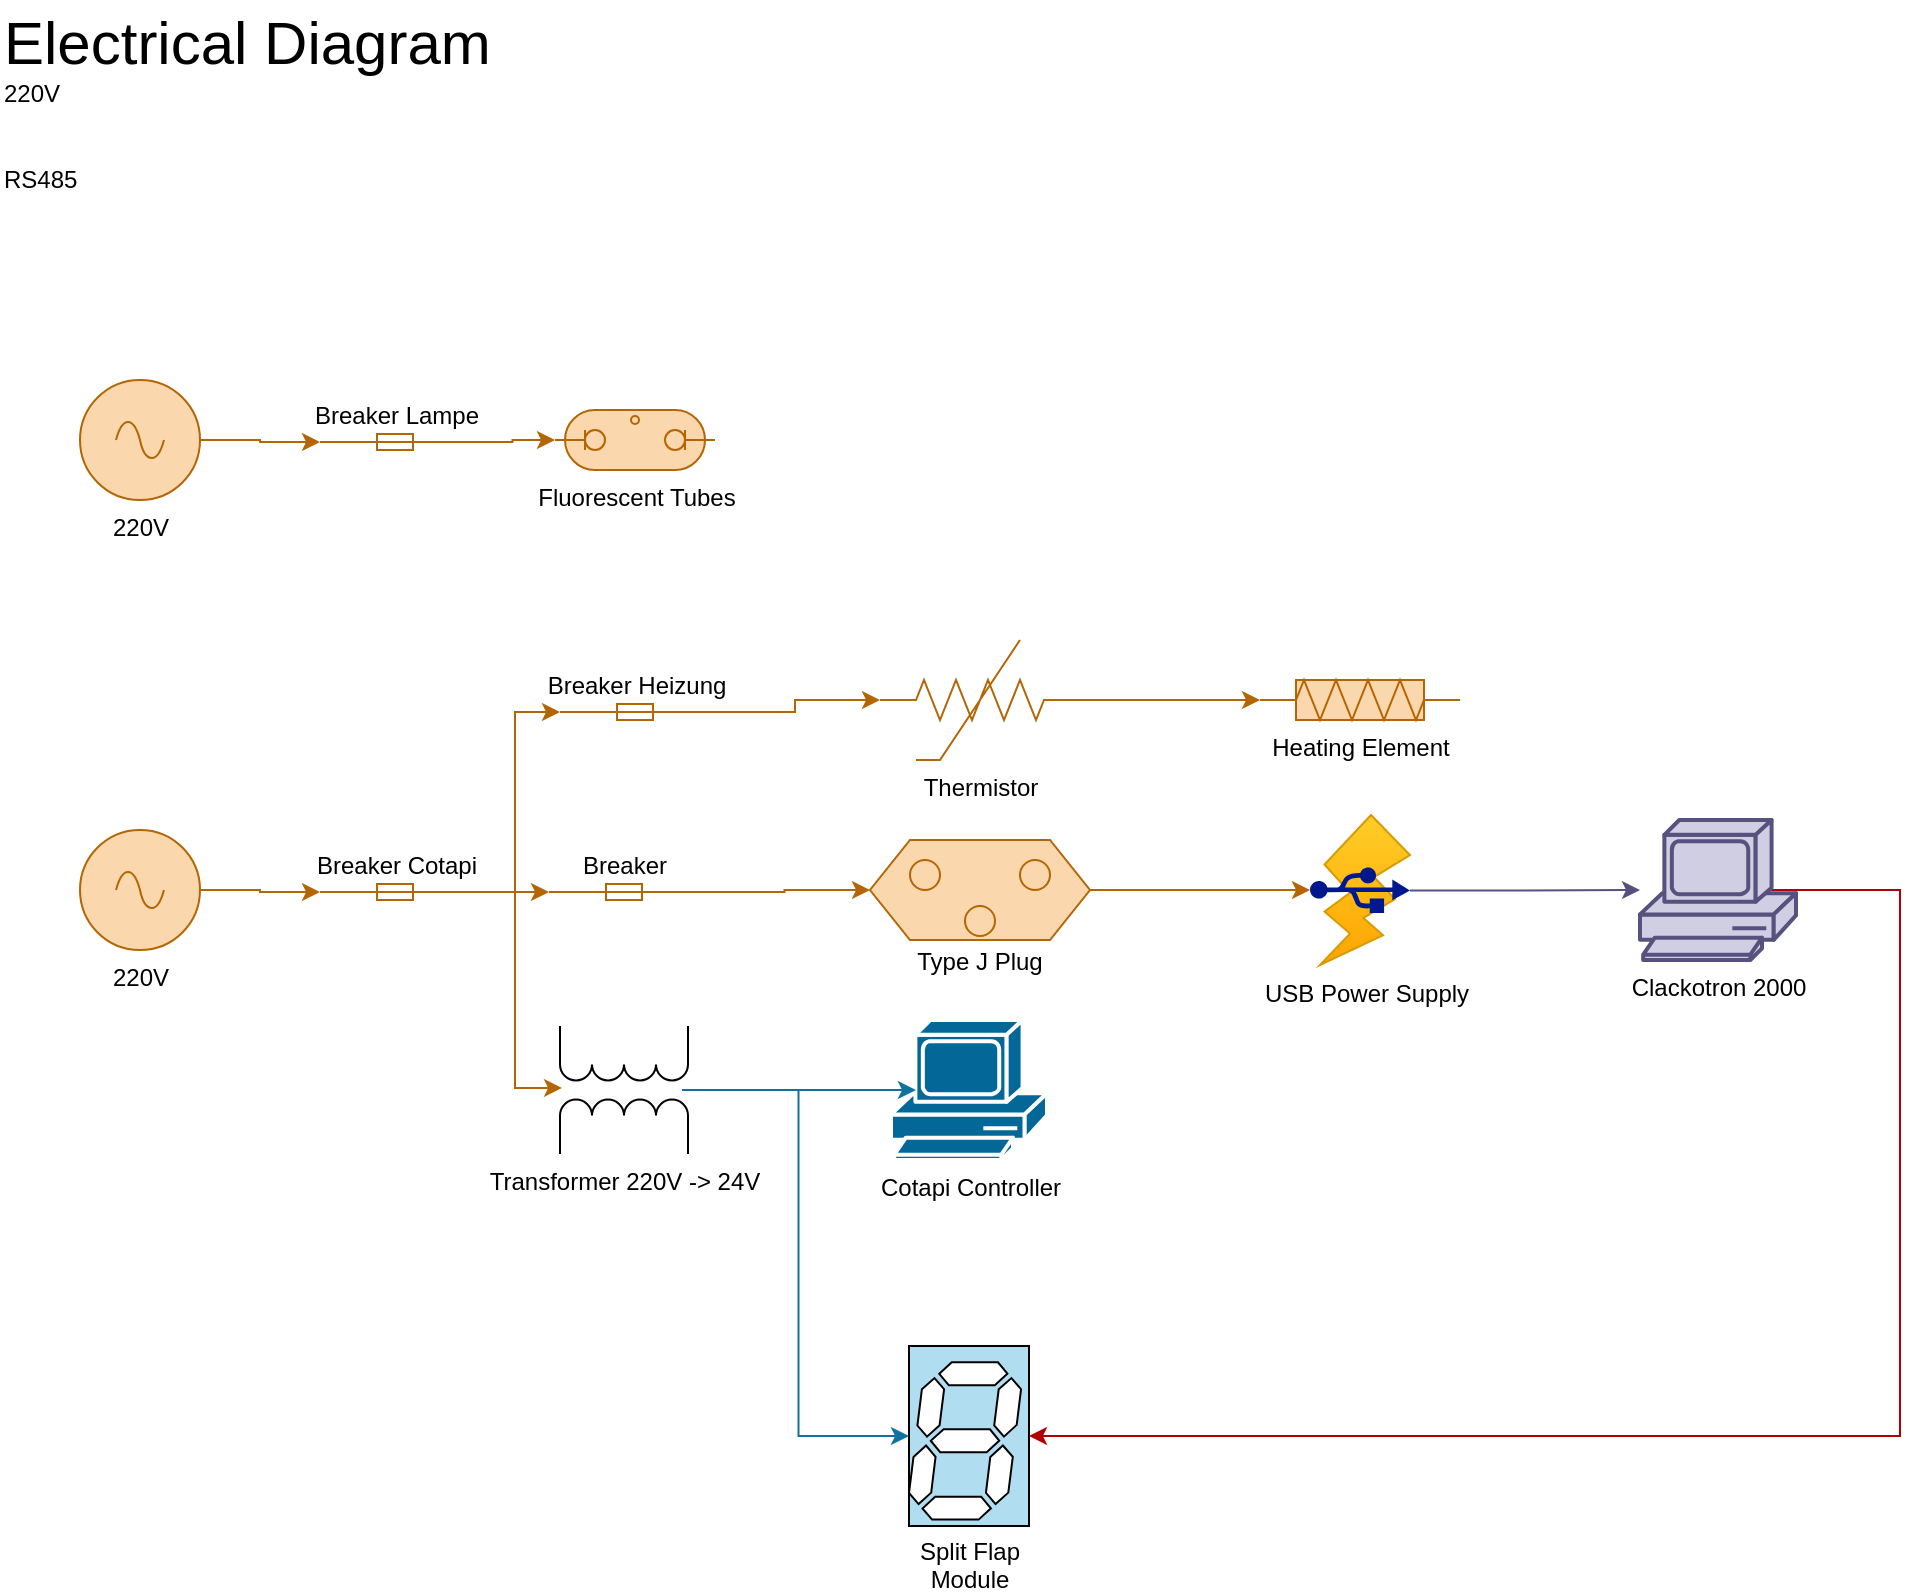
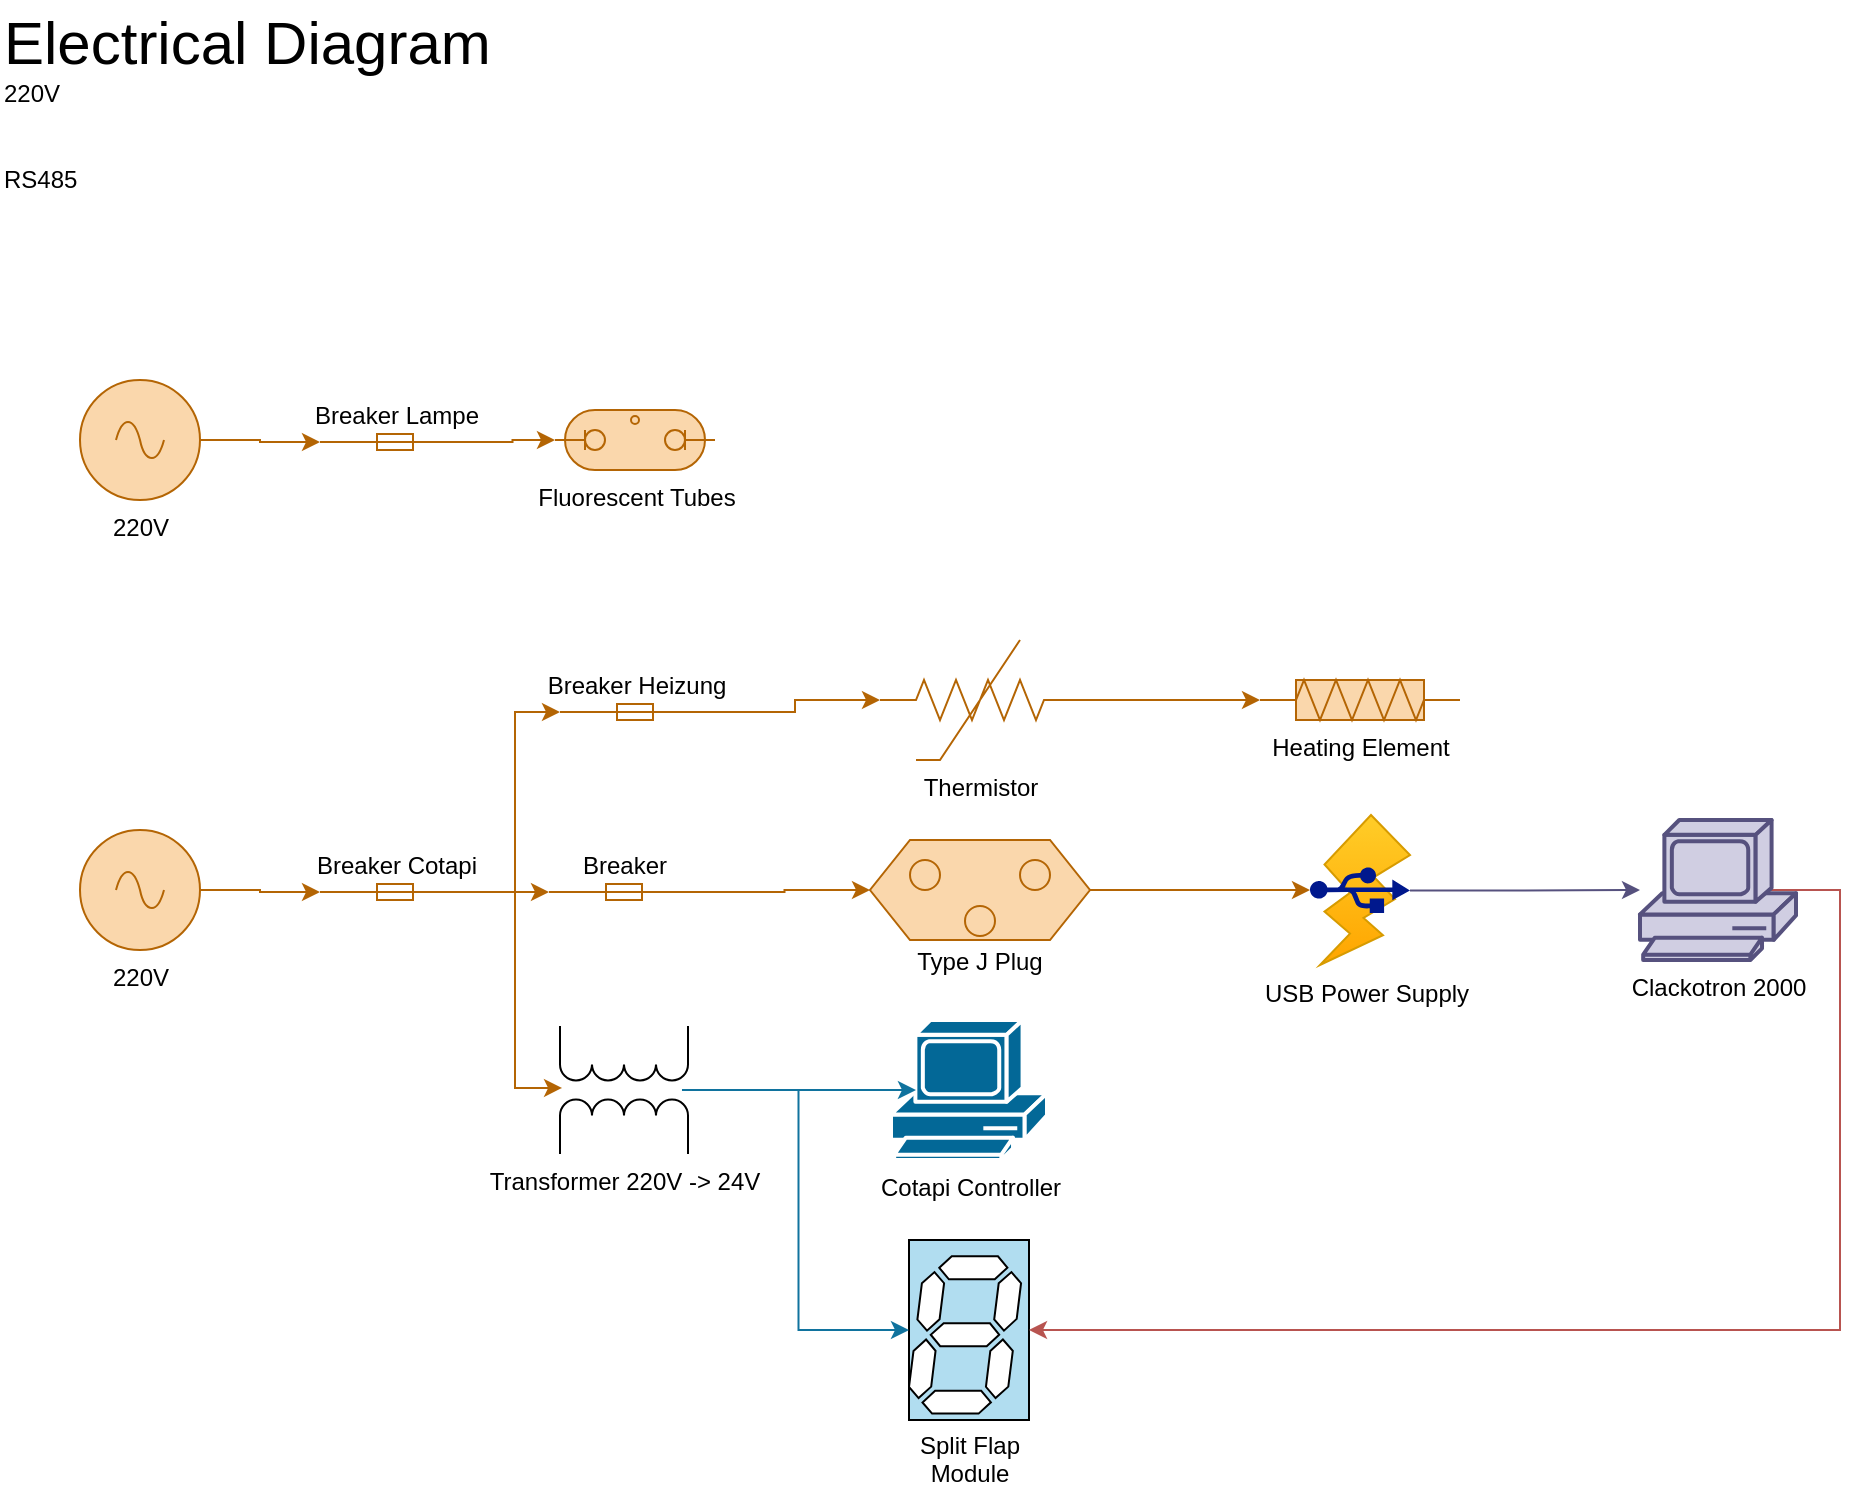
<mxfile host="app.diagrams.net">
  <diagram name="Page-1" id="1JTUUb5aA8h2Qu2d5Hm8">
    <mxGraphModel dx="1712" dy="953" grid="1" gridSize="10" guides="1" tooltips="1" connect="1" arrows="1" fold="1" page="1" pageScale="1" pageWidth="1169" pageHeight="827" math="0" shadow="0">
      <root>
        <mxCell id="0" />
        <mxCell id="1" parent="0" />
        <mxCell id="pjnfS4makGHeq2IKZjjl-1" parent="1" style="html=1;shape=mxgraph.electrical.electro-mechanical.fuse2;aspect=fixed;elSwitchState=on;fillColor=#fad7ac;strokeColor=#b46504;" value="&lt;div&gt;Breaker Lampe&lt;/div&gt;&lt;div&gt;&lt;br&gt;&lt;/div&gt;" vertex="1">
          <mxGeometry height="20" width="75" x="160" y="205" as="geometry" />
        </mxCell>
        <mxCell id="pjnfS4makGHeq2IKZjjl-7" edge="1" parent="1" source="pjnfS4makGHeq2IKZjjl-2" style="edgeStyle=orthogonalEdgeStyle;rounded=0;orthogonalLoop=1;jettySize=auto;html=1;exitX=1;exitY=0.5;exitDx=0;exitDy=0;exitPerimeter=0;entryX=0;entryY=0.8;entryDx=0;entryDy=0;fillColor=#fad7ac;strokeColor=#b46504;" target="pjnfS4makGHeq2IKZjjl-5">
          <mxGeometry relative="1" as="geometry" />
        </mxCell>
        <mxCell id="pjnfS4makGHeq2IKZjjl-2" parent="1" style="pointerEvents=1;verticalLabelPosition=bottom;shadow=0;dashed=0;align=center;html=1;verticalAlign=top;shape=mxgraph.electrical.signal_sources.source;aspect=fixed;points=[[0.5,0,0],[1,0.5,0],[0.5,1,0],[0,0.5,0]];elSignalType=ac;fillColor=#fad7ac;strokeColor=#b46504;" value="220V" vertex="1">
          <mxGeometry height="60" width="60" x="40" y="415" as="geometry" />
        </mxCell>
        <mxCell id="pjnfS4makGHeq2IKZjjl-4" parent="1" style="html=1;shape=mxgraph.electrical.electro-mechanical.fuse2;aspect=fixed;elSwitchState=on;fillColor=#fad7ac;strokeColor=#b46504;" value="&lt;div&gt;Breaker Heizung&lt;/div&gt;&lt;div&gt;&lt;br&gt;&lt;/div&gt;" vertex="1">
          <mxGeometry height="20" width="75" x="280" y="340" as="geometry" />
        </mxCell>
        <mxCell id="pjnfS4makGHeq2IKZjjl-14" edge="1" parent="1" source="pjnfS4makGHeq2IKZjjl-5" style="edgeStyle=orthogonalEdgeStyle;rounded=0;orthogonalLoop=1;jettySize=auto;html=1;exitX=1;exitY=0.8;exitDx=0;exitDy=0;entryX=0;entryY=0.8;entryDx=0;entryDy=0;fillColor=#fad7ac;strokeColor=#b46504;" target="pjnfS4makGHeq2IKZjjl-4">
          <mxGeometry relative="1" as="geometry" />
        </mxCell>
        <mxCell id="DblIUka3Cejo2AUUT1Ac-19" edge="1" parent="1" source="pjnfS4makGHeq2IKZjjl-5" style="edgeStyle=orthogonalEdgeStyle;rounded=0;orthogonalLoop=1;jettySize=auto;html=1;exitX=1;exitY=0.8;exitDx=0;exitDy=0;entryX=0;entryY=0.8;entryDx=0;entryDy=0;fillColor=#fad7ac;strokeColor=#b46504;" target="DblIUka3Cejo2AUUT1Ac-18">
          <mxGeometry relative="1" as="geometry" />
        </mxCell>
        <mxCell id="pjnfS4makGHeq2IKZjjl-5" parent="1" style="html=1;shape=mxgraph.electrical.electro-mechanical.fuse2;aspect=fixed;elSwitchState=on;fillColor=#fad7ac;strokeColor=#b46504;" value="&lt;div&gt;Breaker Cotapi&lt;/div&gt;&lt;div&gt;&lt;br&gt;&lt;/div&gt;" vertex="1">
          <mxGeometry height="20" width="75" x="160" y="430" as="geometry" />
        </mxCell>
        <mxCell id="pjnfS4makGHeq2IKZjjl-16" parent="1" style="pointerEvents=1;verticalLabelPosition=bottom;shadow=0;dashed=0;align=center;html=1;verticalAlign=top;shape=mxgraph.electrical.resistors.nonlinear_resistor;fillColor=#fad7ac;strokeColor=#b46504;" value="Thermistor" vertex="1">
          <mxGeometry height="60" width="100" x="440" y="320" as="geometry" />
        </mxCell>
        <mxCell id="pjnfS4makGHeq2IKZjjl-17" edge="1" parent="1" source="pjnfS4makGHeq2IKZjjl-4" style="edgeStyle=orthogonalEdgeStyle;rounded=0;orthogonalLoop=1;jettySize=auto;html=1;exitX=1;exitY=0.8;exitDx=0;exitDy=0;entryX=0;entryY=0.5;entryDx=0;entryDy=0;entryPerimeter=0;fillColor=#fad7ac;strokeColor=#b46504;" target="pjnfS4makGHeq2IKZjjl-16">
          <mxGeometry relative="1" as="geometry" />
        </mxCell>
        <mxCell id="pjnfS4makGHeq2IKZjjl-19" edge="1" parent="1" source="pjnfS4makGHeq2IKZjjl-16" style="edgeStyle=orthogonalEdgeStyle;rounded=0;orthogonalLoop=1;jettySize=auto;html=1;exitX=1;exitY=0.5;exitDx=0;exitDy=0;exitPerimeter=0;entryX=0;entryY=0.5;entryDx=0;entryDy=0;entryPerimeter=0;fillColor=#fad7ac;strokeColor=#b46504;" target="pjnfS4makGHeq2IKZjjl-18">
          <mxGeometry relative="1" as="geometry" />
        </mxCell>
        <mxCell id="pjnfS4makGHeq2IKZjjl-21" parent="1" style="pointerEvents=1;verticalLabelPosition=bottom;shadow=0;dashed=0;align=center;html=1;verticalAlign=top;shape=mxgraph.electrical.miscellaneous.flourescent_lamp;fillColor=#fad7ac;strokeColor=#b46504;" value="&lt;span data-subtree=&quot;aimfl,mfl&quot;&gt;Fluorescent Tubes&lt;/span&gt;" vertex="1">
          <mxGeometry height="30" width="80" x="277.5" y="205" as="geometry" />
        </mxCell>
        <mxCell id="pjnfS4makGHeq2IKZjjl-22" edge="1" parent="1" source="pjnfS4makGHeq2IKZjjl-1" style="edgeStyle=orthogonalEdgeStyle;rounded=0;orthogonalLoop=1;jettySize=auto;html=1;exitX=1;exitY=0.8;exitDx=0;exitDy=0;entryX=0;entryY=0.5;entryDx=0;entryDy=0;entryPerimeter=0;fillColor=#fad7ac;strokeColor=#b46504;" target="pjnfS4makGHeq2IKZjjl-21">
          <mxGeometry relative="1" as="geometry" />
        </mxCell>
        <mxCell id="pjnfS4makGHeq2IKZjjl-23" parent="1" style="pointerEvents=1;verticalLabelPosition=bottom;shadow=0;dashed=0;align=center;html=1;verticalAlign=top;shape=mxgraph.electrical.inductors.transformer;direction=north;" value="Transformer 220V -&amp;gt; 24V" vertex="1">
          <mxGeometry height="64" width="64" x="280" y="513" as="geometry" />
        </mxCell>
        <mxCell id="DblIUka3Cejo2AUUT1Ac-1" edge="1" parent="1" source="pjnfS4makGHeq2IKZjjl-5" style="edgeStyle=orthogonalEdgeStyle;rounded=0;orthogonalLoop=1;jettySize=auto;html=1;exitX=1;exitY=0.8;exitDx=0;exitDy=0;entryX=0.516;entryY=0.016;entryDx=0;entryDy=0;entryPerimeter=0;fillColor=#fad7ac;strokeColor=#b46504;" target="pjnfS4makGHeq2IKZjjl-23">
          <mxGeometry relative="1" as="geometry" />
        </mxCell>
        <mxCell id="DblIUka3Cejo2AUUT1Ac-3" parent="1" style="sketch=0;html=1;pointerEvents=1;dashed=0;fillColor=#036897;strokeColor=#ffffff;strokeWidth=2;verticalLabelPosition=bottom;verticalAlign=top;align=center;outlineConnect=0;shape=mxgraph.cisco.computers_and_peripherals.pc;" value="&lt;div&gt;Cotapi Controller&lt;/div&gt;" vertex="1">
          <mxGeometry height="70" width="78" x="445.5" y="510" as="geometry" />
        </mxCell>
        <mxCell id="DblIUka3Cejo2AUUT1Ac-4" edge="1" parent="1" source="DblIUka3Cejo2AUUT1Ac-3" style="edgeStyle=orthogonalEdgeStyle;rounded=0;orthogonalLoop=1;jettySize=auto;html=1;exitX=0.16;exitY=0.5;exitDx=0;exitDy=0;exitPerimeter=0;entryX=0.5;entryY=0.953;entryDx=0;entryDy=0;entryPerimeter=0;startArrow=classic;startFill=1;endArrow=none;endFill=0;fillColor=#b1ddf0;strokeColor=#10739e;" target="pjnfS4makGHeq2IKZjjl-23">
          <mxGeometry relative="1" as="geometry" />
        </mxCell>
        <mxCell id="DblIUka3Cejo2AUUT1Ac-7" connectable="0" parent="1" style="group;fillColor=#b1ddf0;strokeColor=#10739e;labelPosition=center;verticalLabelPosition=bottom;align=center;verticalAlign=top;" value="" vertex="1">
-           <mxGeometry height="90" width="60" x="454.5" y="673" as="geometry" />
+           <mxGeometry height="90" width="60" x="454.5" y="620" as="geometry" />
        </mxCell>
        <mxCell id="DblIUka3Cejo2AUUT1Ac-5" parent="DblIUka3Cejo2AUUT1Ac-7" style="verticalLabelPosition=bottom;shadow=0;dashed=0;align=center;html=1;verticalAlign=top;shape=mxgraph.electrical.opto_electronics.7_segment_display;pointerEvents=1;movable=1;resizable=1;rotatable=1;deletable=1;editable=1;locked=0;connectable=1;" value="" vertex="1">
          <mxGeometry height="78.62727272727273" width="56.025000000000006" y="8.181818181818182" as="geometry" />
        </mxCell>
        <mxCell id="DblIUka3Cejo2AUUT1Ac-6" parent="DblIUka3Cejo2AUUT1Ac-7" style="rounded=0;whiteSpace=wrap;html=1;fillColor=none;movable=1;resizable=1;rotatable=1;deletable=1;editable=1;locked=0;connectable=1;" value="&lt;div&gt;&lt;br&gt;&lt;/div&gt;&lt;div&gt;&lt;br&gt;&lt;/div&gt;&lt;div&gt;&lt;br&gt;&lt;/div&gt;&lt;div&gt;&lt;br&gt;&lt;/div&gt;&lt;div&gt;&lt;br&gt;&lt;/div&gt;&lt;div&gt;&lt;br&gt;&lt;/div&gt;&lt;div&gt;&lt;br&gt;&lt;/div&gt;&lt;div&gt;&lt;br&gt;&lt;/div&gt;&lt;div&gt;&lt;br&gt;&lt;/div&gt;&lt;div&gt;Split Flap Module&lt;/div&gt;" vertex="1">
          <mxGeometry height="90" width="60" as="geometry" />
        </mxCell>
        <mxCell id="DblIUka3Cejo2AUUT1Ac-8" connectable="0" parent="1" style="group" value="" vertex="1">
          <mxGeometry height="20" width="100" x="630" y="340" as="geometry" />
        </mxCell>
        <mxCell id="pjnfS4makGHeq2IKZjjl-18" parent="DblIUka3Cejo2AUUT1Ac-8" style="pointerEvents=1;verticalLabelPosition=bottom;shadow=0;dashed=0;align=center;html=1;verticalAlign=top;shape=mxgraph.electrical.resistors.resistor_1;fillColor=#fad7ac;strokeColor=#b46504;" value="" vertex="1">
          <mxGeometry height="20" width="100" as="geometry" />
        </mxCell>
        <mxCell id="pjnfS4makGHeq2IKZjjl-20" parent="DblIUka3Cejo2AUUT1Ac-8" style="pointerEvents=1;verticalLabelPosition=bottom;shadow=0;dashed=0;align=center;html=1;verticalAlign=top;shape=mxgraph.electrical.resistors.resistor_2;fillColor=#fad7ac;strokeColor=#b46504;" value="&lt;div&gt;Heating Element&lt;/div&gt;" vertex="1">
          <mxGeometry height="20" width="100" as="geometry" />
        </mxCell>
        <mxCell id="DblIUka3Cejo2AUUT1Ac-9" edge="1" parent="1" source="DblIUka3Cejo2AUUT1Ac-6" style="edgeStyle=orthogonalEdgeStyle;rounded=0;orthogonalLoop=1;jettySize=auto;html=1;exitX=0;exitY=0.5;exitDx=0;exitDy=0;entryX=0.5;entryY=0.992;entryDx=0;entryDy=0;entryPerimeter=0;startArrow=classic;startFill=1;endArrow=none;endFill=0;fillColor=#b1ddf0;strokeColor=#10739e;" target="pjnfS4makGHeq2IKZjjl-23">
          <mxGeometry relative="1" as="geometry" />
        </mxCell>
        <mxCell id="DblIUka3Cejo2AUUT1Ac-11" edge="1" parent="1" source="DblIUka3Cejo2AUUT1Ac-10" style="edgeStyle=orthogonalEdgeStyle;rounded=0;orthogonalLoop=1;jettySize=auto;html=1;exitX=1;exitY=0.5;exitDx=0;exitDy=0;exitPerimeter=0;entryX=0;entryY=0.8;entryDx=0;entryDy=0;fillColor=#fad7ac;strokeColor=#b46504;" target="pjnfS4makGHeq2IKZjjl-1">
          <mxGeometry relative="1" as="geometry" />
        </mxCell>
        <mxCell id="DblIUka3Cejo2AUUT1Ac-10" parent="1" style="pointerEvents=1;verticalLabelPosition=bottom;shadow=0;dashed=0;align=center;html=1;verticalAlign=top;shape=mxgraph.electrical.signal_sources.source;aspect=fixed;points=[[0.5,0,0],[1,0.5,0],[0.5,1,0],[0,0.5,0]];elSignalType=ac;fillColor=#fad7ac;strokeColor=#b46504;" value="220V" vertex="1">
          <mxGeometry height="60" width="60" x="40" y="190" as="geometry" />
        </mxCell>
        <mxCell id="DblIUka3Cejo2AUUT1Ac-20" edge="1" parent="1" source="DblIUka3Cejo2AUUT1Ac-18" style="edgeStyle=orthogonalEdgeStyle;rounded=0;orthogonalLoop=1;jettySize=auto;html=1;exitX=1;exitY=0.8;exitDx=0;exitDy=0;entryX=0;entryY=0.5;entryDx=0;entryDy=0;fillColor=#fad7ac;strokeColor=#b46504;" target="DblIUka3Cejo2AUUT1Ac-12">
          <mxGeometry relative="1" as="geometry" />
        </mxCell>
        <mxCell id="DblIUka3Cejo2AUUT1Ac-18" parent="1" style="html=1;shape=mxgraph.electrical.electro-mechanical.fuse2;aspect=fixed;elSwitchState=on;fillColor=#fad7ac;strokeColor=#b46504;" value="&lt;div&gt;Breaker&lt;/div&gt;&lt;div&gt;&lt;br&gt;&lt;/div&gt;" vertex="1">
          <mxGeometry height="20" width="75" x="274.5" y="430" as="geometry" />
        </mxCell>
        <mxCell id="DblIUka3Cejo2AUUT1Ac-21" connectable="0" parent="1" style="group" value="" vertex="1">
          <mxGeometry height="50" width="110" x="435" y="420" as="geometry" />
        </mxCell>
        <mxCell id="DblIUka3Cejo2AUUT1Ac-12" parent="DblIUka3Cejo2AUUT1Ac-21" style="shape=hexagon;perimeter=hexagonPerimeter2;whiteSpace=wrap;html=1;fixedSize=1;fillColor=#fad7ac;strokeColor=#b46504;" value="&lt;div&gt;&lt;br&gt;&lt;/div&gt;&lt;div&gt;&lt;br&gt;&lt;/div&gt;&lt;div&gt;&lt;br&gt;&lt;/div&gt;&lt;div&gt;&lt;br&gt;&lt;/div&gt;&lt;div&gt;&lt;br&gt;&lt;/div&gt;&lt;div&gt;Type J Plug&lt;/div&gt;" vertex="1">
          <mxGeometry height="50" width="110" as="geometry" />
        </mxCell>
        <mxCell id="DblIUka3Cejo2AUUT1Ac-13" parent="DblIUka3Cejo2AUUT1Ac-21" style="ellipse;whiteSpace=wrap;html=1;aspect=fixed;fillColor=#fad7ac;strokeColor=#b46504;" value="" vertex="1">
          <mxGeometry height="15" width="15" x="20" y="10" as="geometry" />
        </mxCell>
        <mxCell id="DblIUka3Cejo2AUUT1Ac-14" parent="DblIUka3Cejo2AUUT1Ac-21" style="ellipse;whiteSpace=wrap;html=1;aspect=fixed;fillColor=#fad7ac;strokeColor=#b46504;" value="" vertex="1">
          <mxGeometry height="15" width="15" x="75" y="10" as="geometry" />
        </mxCell>
        <mxCell id="DblIUka3Cejo2AUUT1Ac-15" parent="DblIUka3Cejo2AUUT1Ac-21" style="ellipse;whiteSpace=wrap;html=1;aspect=fixed;fillColor=#fad7ac;strokeColor=#b46504;" value="" vertex="1">
          <mxGeometry height="15" width="15" x="47.5" y="33" as="geometry" />
        </mxCell>
        <mxCell id="DblIUka3Cejo2AUUT1Ac-22" parent="1" style="text;html=1;whiteSpace=wrap;strokeColor=none;fillColor=none;align=left;verticalAlign=middle;rounded=0;" value="&lt;div&gt;&lt;font style=&quot;font-size: 30px;&quot;&gt;Electrical Diagram&lt;/font&gt;&lt;/div&gt;&lt;div&gt;&lt;span style=&quot;color: light-dark(rgb(0, 0, 0), rgb(201, 132, 48));&quot;&gt;220V&lt;/span&gt;&lt;/div&gt;&lt;div&gt;&lt;span style=&quot;color: light-dark(transparent, rgb(126, 166, 224));&quot;&gt;24V&lt;/span&gt;&lt;/div&gt;&lt;div&gt;&lt;span style=&quot;color: light-dark(transparent, rgb(220, 138, 221));&quot;&gt;5V&lt;/span&gt;&lt;/div&gt;&lt;div&gt;&lt;span style=&quot;color: light-dark(rgb(0, 0, 0), rgb(255, 153, 153));&quot;&gt;RS485&lt;/span&gt;&lt;/div&gt;" vertex="1">
          <mxGeometry height="100" width="440" as="geometry" />
        </mxCell>
-         <mxCell id="DblIUka3Cejo2AUUT1Ac-29" edge="1" parent="1" source="DblIUka3Cejo2AUUT1Ac-23" style="edgeStyle=orthogonalEdgeStyle;rounded=0;orthogonalLoop=1;jettySize=auto;html=1;exitX=0.83;exitY=0.5;exitDx=0;exitDy=0;exitPerimeter=0;entryX=1;entryY=0.5;entryDx=0;entryDy=0;fillColor=#e51400;strokeColor=#B20000;strokeWidth=1;" target="DblIUka3Cejo2AUUT1Ac-6">
+         <mxCell id="DblIUka3Cejo2AUUT1Ac-31" edge="1" parent="1" source="DblIUka3Cejo2AUUT1Ac-23" style="edgeStyle=orthogonalEdgeStyle;rounded=0;orthogonalLoop=1;jettySize=auto;html=1;exitX=0.83;exitY=0.5;exitDx=0;exitDy=0;exitPerimeter=0;entryX=1;entryY=0.5;entryDx=0;entryDy=0;fillColor=#f8cecc;gradientColor=#ea6b66;strokeColor=#b85450;" target="DblIUka3Cejo2AUUT1Ac-6">
          <mxGeometry relative="1" as="geometry">
            <Array as="points">
-               <mxPoint x="950" y="445" />
-               <mxPoint x="950" y="718" />
+               <mxPoint x="920" y="445" />
+               <mxPoint x="920" y="665" />
            </Array>
          </mxGeometry>
        </mxCell>
        <mxCell id="DblIUka3Cejo2AUUT1Ac-23" parent="1" style="sketch=0;html=1;pointerEvents=1;dashed=0;fillColor=#d0cee2;strokeColor=#56517e;strokeWidth=2;verticalLabelPosition=bottom;verticalAlign=top;align=center;outlineConnect=0;shape=mxgraph.cisco.computers_and_peripherals.pc;" value="&lt;div&gt;Clackotron 2000&lt;/div&gt;" vertex="1">
          <mxGeometry height="70" width="78" x="820" y="410" as="geometry" />
        </mxCell>
        <mxCell id="DblIUka3Cejo2AUUT1Ac-26" connectable="0" parent="1" style="group" value="" vertex="1">
          <mxGeometry height="75" width="50" x="655" y="407.5" as="geometry" />
        </mxCell>
        <mxCell id="DblIUka3Cejo2AUUT1Ac-25" parent="DblIUka3Cejo2AUUT1Ac-26" style="verticalLabelPosition=bottom;verticalAlign=top;html=1;shape=mxgraph.basic.flash;fillColor=#ffcd28;strokeColor=#d79b00;gradientColor=#ffa500;" value="USB Power Supply" vertex="1">
          <mxGeometry height="75" width="45" x="5" as="geometry" />
        </mxCell>
        <mxCell id="DblIUka3Cejo2AUUT1Ac-24" parent="DblIUka3Cejo2AUUT1Ac-26" style="sketch=0;aspect=fixed;pointerEvents=1;shadow=0;dashed=0;html=1;strokeColor=none;labelPosition=center;verticalLabelPosition=bottom;verticalAlign=top;align=center;fillColor=#00188D;shape=mxgraph.mscae.enterprise.usb" value="" vertex="1">
          <mxGeometry height="23" width="50" y="26" as="geometry" />
        </mxCell>
        <mxCell id="DblIUka3Cejo2AUUT1Ac-27" edge="1" parent="1" source="DblIUka3Cejo2AUUT1Ac-12" style="edgeStyle=orthogonalEdgeStyle;rounded=0;orthogonalLoop=1;jettySize=auto;html=1;exitX=1;exitY=0.5;exitDx=0;exitDy=0;entryX=0;entryY=0.5;entryDx=0;entryDy=0;entryPerimeter=0;fillColor=#fad7ac;strokeColor=#b46504;" target="DblIUka3Cejo2AUUT1Ac-24">
          <mxGeometry relative="1" as="geometry" />
        </mxCell>
        <mxCell id="DblIUka3Cejo2AUUT1Ac-28" edge="1" parent="1" source="DblIUka3Cejo2AUUT1Ac-24" style="edgeStyle=orthogonalEdgeStyle;rounded=0;orthogonalLoop=1;jettySize=auto;html=1;exitX=1;exitY=0.51;exitDx=0;exitDy=0;exitPerimeter=0;fillColor=#d0cee2;strokeColor=#56517e;" target="DblIUka3Cejo2AUUT1Ac-23">
          <mxGeometry relative="1" as="geometry" />
        </mxCell>
      </root>
    </mxGraphModel>
  </diagram>
</mxfile>
